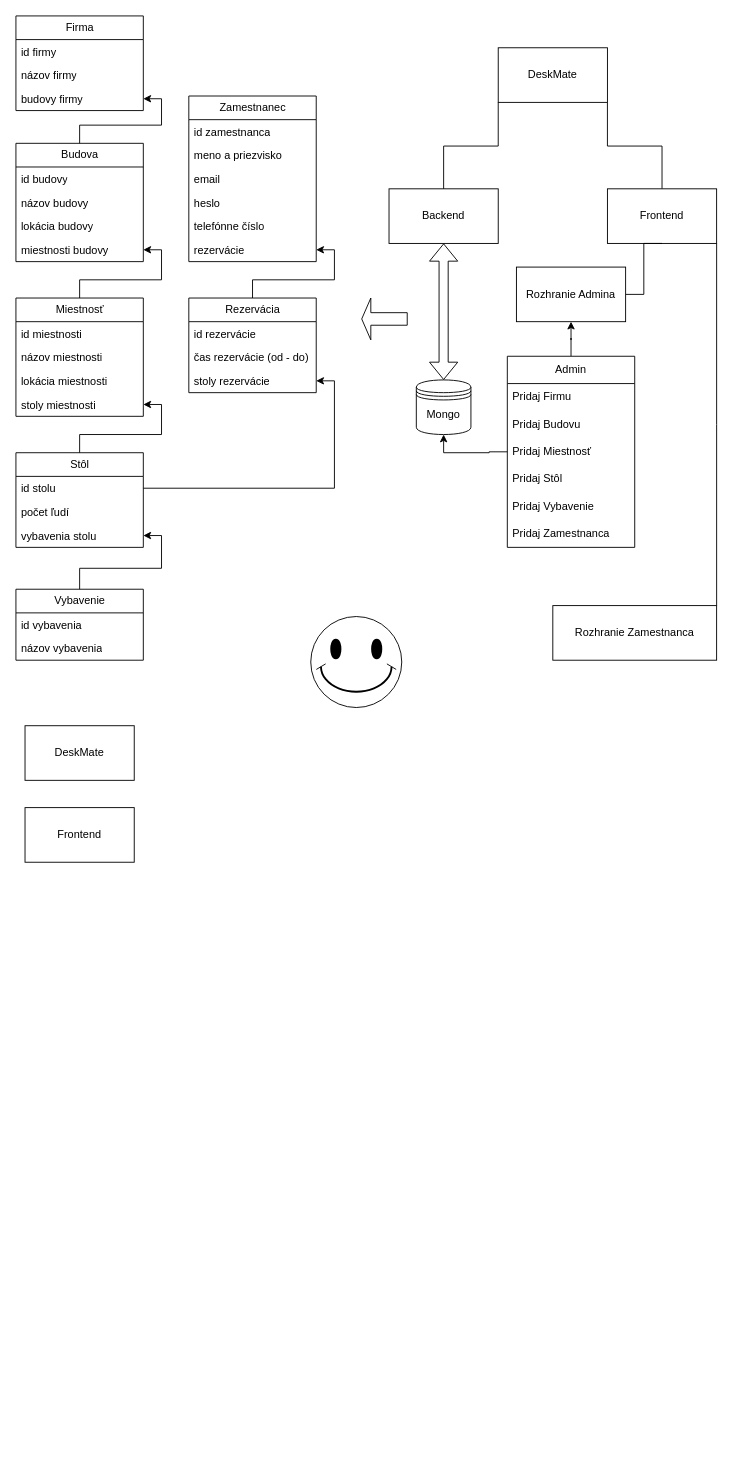
petocjshtml/DeskMate keeps this draw.io diagram as DeskMate.drawio. Above is the earlier version. Source tidied: cells renumbered, new cells numbered last; positions are measured from the earlier drawing's top-left corner, leaving out a move shared by most shapes. Both pictures are drawn from the tidied source at 91%, with x=0, y=0 at pixel (15, 15).
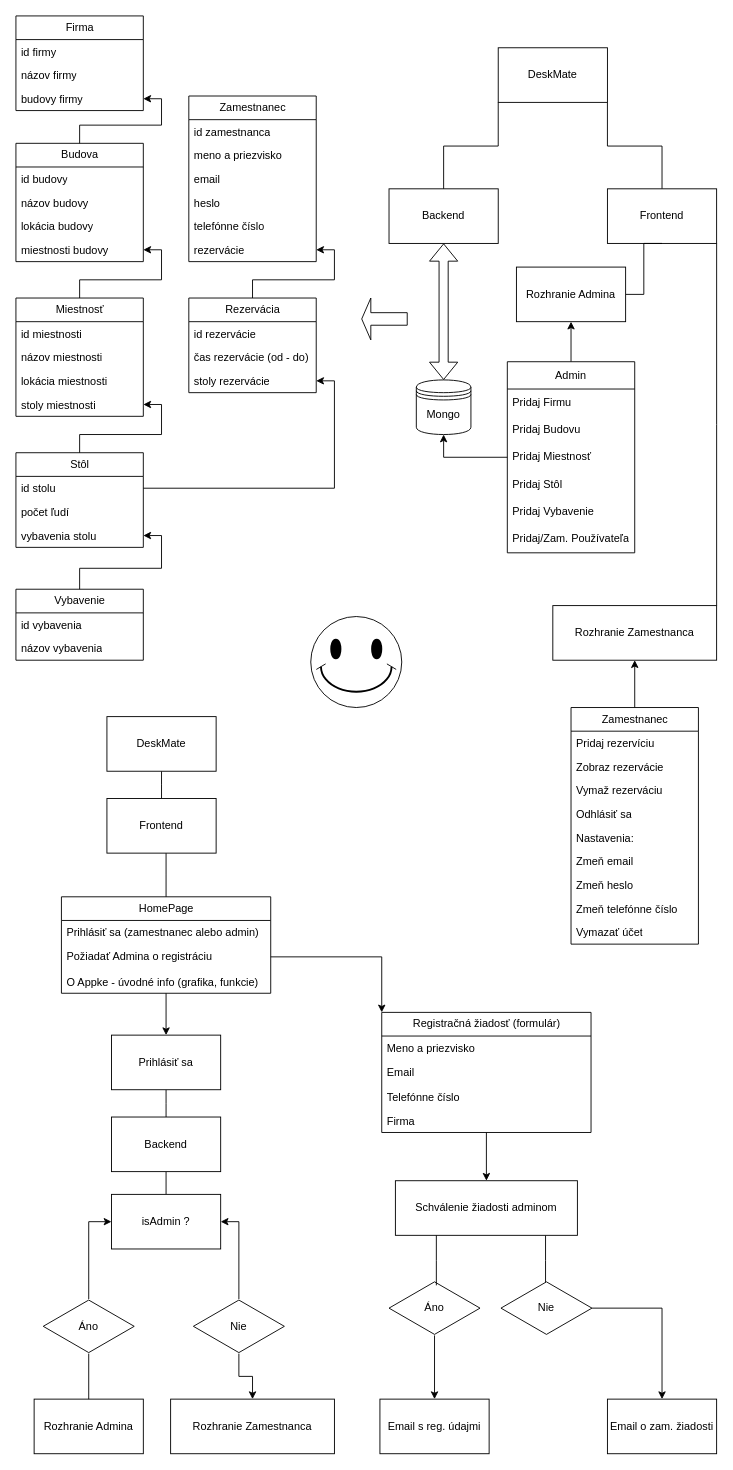
After the change.

Unchanged cells that the change refers to:
```xml
<mxCell id="64" value="Rozhranie Zamestnanca" style="whiteSpace=wrap;html=1;align=center;newEdgeStyle={&quot;edgeStyle&quot;:&quot;elbowEdgeStyle&quot;,&quot;startArrow&quot;:&quot;none&quot;,&quot;endArrow&quot;:&quot;none&quot;};" parent="1" vertex="1">
  <mxGeometry x="590" y="648" width="180" height="60" as="geometry" />
</mxCell>
```

Change to the diagram source:
```diff
@@
     <mxCell id="4" value="Admin" style="swimlane;fontStyle=0;horizontal=1;startSize=30;whiteSpace=wrap;html=1;" parent="1" vertex="1">
-      <mxGeometry x="540" y="374" width="140" height="210" as="geometry" />
+      <mxGeometry x="540" y="380" width="140" height="210" as="geometry" />
     </mxCell>
@@
-    <mxCell id="10" value="Pridaj Zamestnanca" style="text;strokeColor=none;fillColor=none;align=left;verticalAlign=middle;spacingLeft=4;spacingRight=4;overflow=hidden;whiteSpace=wrap;html=1;" parent="4" vertex="1">
-      <mxGeometry y="180" width="140" height="30" as="geometry" />
-    </mxCell>
+    <mxCell id="68" value="Pridaj/Zam. Používateľa" style="text;strokeColor=none;fillColor=none;align=left;verticalAlign=middle;spacingLeft=4;spacingRight=4;overflow=hidden;whiteSpace=wrap;html=1;" parent="4" vertex="1">
+      <mxGeometry y="180" width="140" height="30" as="geometry" />
+    </mxCell>
@@
+    <mxCell id="69" style="edgeStyle=elbowEdgeStyle;rounded=0;jettySize=auto;html=1;startArrow=none;endArrow=none;entryX=0.5;entryY=0;entryDx=0;entryDy=0;" parent="1" edge="1" source="65" target="67">
+      <mxGeometry relative="1" as="geometry" />
+    </mxCell>
     <mxCell id="65" value="DeskMate" style="whiteSpace=wrap;html=1;align=center;newEdgeStyle={&quot;edgeStyle&quot;:&quot;elbowEdgeStyle&quot;,&quot;startArrow&quot;:&quot;none&quot;,&quot;endArrow&quot;:&quot;none&quot;};" parent="1" vertex="1">
-      <mxGeometry x="10" y="780" width="120" height="60" as="geometry" />
+      <mxGeometry x="100" y="770" width="120" height="60" as="geometry" />
     </mxCell>
@@
+    <mxCell id="70" style="edgeStyle=elbowEdgeStyle;rounded=0;jettySize=auto;html=1;startArrow=none;endArrow=none;entryX=0.5;entryY=0;entryDx=0;entryDy=0;" parent="1" edge="1" source="67" target="83">
+      <mxGeometry relative="1" as="geometry" />
+    </mxCell>
     <mxCell id="67" value="Frontend" style="whiteSpace=wrap;html=1;align=center;newEdgeStyle={&quot;edgeStyle&quot;:&quot;elbowEdgeStyle&quot;,&quot;startArrow&quot;:&quot;none&quot;,&quot;endArrow&quot;:&quot;none&quot;};" parent="1" vertex="1">
-      <mxGeometry x="10" y="870" width="120" height="60" as="geometry" />
+      <mxGeometry x="100" y="860" width="120" height="60" as="geometry" />
     </mxCell>
+    <mxCell id="71" style="edgeStyle=orthogonalEdgeStyle;rounded=0;jettySize=auto;html=1;entryX=0.5;entryY=1;entryDx=0;entryDy=0;" parent="1" edge="1" source="72" target="64">
+      <mxGeometry relative="1" as="geometry" />
+    </mxCell>
+    <mxCell id="72" value="Zamestnanec" style="swimlane;fontStyle=0;horizontal=1;startSize=26;fillColor=none;html=1;" parent="1" vertex="1">
+      <mxGeometry x="610" y="760" width="140" height="260" as="geometry" />
+    </mxCell>
+    <mxCell id="73" value="Pridaj rezervíciu" style="text;strokeColor=none;fillColor=none;align=left;verticalAlign=top;spacingLeft=4;spacingRight=4;overflow=hidden;whiteSpace=wrap;html=1;" parent="72" vertex="1">
+      <mxGeometry y="26" width="140" height="26" as="geometry" />
+    </mxCell>
+    <mxCell id="74" value="Zobraz rezervácie" style="text;strokeColor=none;fillColor=none;align=left;verticalAlign=top;spacingLeft=4;spacingRight=4;overflow=hidden;whiteSpace=wrap;html=1;" parent="72" vertex="1">
+      <mxGeometry y="52" width="140" height="26" as="geometry" />
+    </mxCell>
+    <mxCell id="75" value="Vymaž rezerváciu" style="text;strokeColor=none;fillColor=none;align=left;verticalAlign=top;spacingLeft=4;spacingRight=4;overflow=hidden;whiteSpace=wrap;html=1;" parent="72" vertex="1">
+      <mxGeometry y="78" width="140" height="26" as="geometry" />
+    </mxCell>
+    <mxCell id="76" value="Odhlásiť sa" style="text;strokeColor=none;fillColor=none;align=left;verticalAlign=top;spacingLeft=4;spacingRight=4;overflow=hidden;whiteSpace=wrap;html=1;" parent="72" vertex="1">
+      <mxGeometry y="104" width="140" height="26" as="geometry" />
+    </mxCell>
+    <mxCell id="77" value="Nastavenia:" style="text;strokeColor=none;fillColor=none;align=left;verticalAlign=top;spacingLeft=4;spacingRight=4;overflow=hidden;whiteSpace=wrap;html=1;" parent="72" vertex="1">
+      <mxGeometry y="130" width="140" height="26" as="geometry" />
+    </mxCell>
+    <mxCell id="78" value="Zmeň email" style="text;strokeColor=none;fillColor=none;align=left;verticalAlign=top;spacingLeft=4;spacingRight=4;overflow=hidden;whiteSpace=wrap;html=1;" parent="72" vertex="1">
+      <mxGeometry y="156" width="140" height="26" as="geometry" />
+    </mxCell>
+    <mxCell id="79" value="Zmeň heslo" style="text;strokeColor=none;fillColor=none;align=left;verticalAlign=top;spacingLeft=4;spacingRight=4;overflow=hidden;whiteSpace=wrap;html=1;" parent="72" vertex="1">
+      <mxGeometry y="182" width="140" height="26" as="geometry" />
+    </mxCell>
+    <mxCell id="80" value="Zmeň telefónne číslo" style="text;strokeColor=none;fillColor=none;align=left;verticalAlign=top;spacingLeft=4;spacingRight=4;overflow=hidden;whiteSpace=wrap;html=1;" parent="72" vertex="1">
+      <mxGeometry y="208" width="140" height="26" as="geometry" />
+    </mxCell>
+    <mxCell id="81" value="Vymazať účet" style="text;strokeColor=none;fillColor=none;align=left;verticalAlign=top;spacingLeft=4;spacingRight=4;overflow=hidden;whiteSpace=wrap;html=1;" parent="72" vertex="1">
+      <mxGeometry y="234" width="140" height="26" as="geometry" />
+    </mxCell>
+    <mxCell id="82" style="edgeStyle=orthogonalEdgeStyle;rounded=0;jettySize=auto;html=1;entryX=0.5;entryY=0;entryDx=0;entryDy=0;" parent="1" edge="1" source="83" target="108">
+      <mxGeometry relative="1" as="geometry" />
+    </mxCell>
+    <mxCell id="83" value="HomePage" style="swimlane;fontStyle=0;horizontal=1;startSize=26;fillColor=none;html=1;" parent="1" vertex="1">
+      <mxGeometry x="50" y="968" width="230" height="106" as="geometry" />
+    </mxCell>
+    <mxCell id="84" value="Prihlásiť sa (zamestnanec alebo admin)&amp;nbsp;" style="text;strokeColor=none;fillColor=none;align=left;verticalAlign=top;spacingLeft=4;spacingRight=4;overflow=hidden;whiteSpace=wrap;html=1;" parent="83" vertex="1">
+      <mxGeometry y="26" width="230" height="26" as="geometry" />
+    </mxCell>
+    <mxCell id="85" value="Požiadať Admina o registráciu" style="text;strokeColor=none;fillColor=none;align=left;verticalAlign=top;spacingLeft=4;spacingRight=4;overflow=hidden;points=[[0,0.5],[1,0.5]];portConstraint=eastwest;whiteSpace=wrap;html=1;" parent="83" vertex="1">
+      <mxGeometry y="52" width="230" height="28" as="geometry" />
+    </mxCell>
+    <mxCell id="86" value="O Appke - úvodné info (grafika, funkcie)" style="text;strokeColor=none;fillColor=none;align=left;verticalAlign=top;spacingLeft=4;spacingRight=4;overflow=hidden;whiteSpace=wrap;html=1;" parent="83" vertex="1">
+      <mxGeometry y="80" width="230" height="26" as="geometry" />
+    </mxCell>
+    <mxCell id="87" style="edgeStyle=orthogonalEdgeStyle;rounded=0;jettySize=auto;html=1;entryX=0.5;entryY=0;entryDx=0;entryDy=0;" parent="1" edge="1" source="88" target="95">
+      <mxGeometry relative="1" as="geometry" />
+    </mxCell>
+    <mxCell id="88" value="Registračná žiadosť (formulár)" style="swimlane;fontStyle=0;horizontal=1;startSize=26;fillColor=none;html=1;" parent="1" vertex="1">
+      <mxGeometry x="402" y="1095" width="230" height="132" as="geometry" />
+    </mxCell>
+    <mxCell id="89" value="Meno a priezvisko" style="text;strokeColor=none;fillColor=none;align=left;verticalAlign=top;spacingLeft=4;spacingRight=4;overflow=hidden;whiteSpace=wrap;html=1;" parent="88" vertex="1">
+      <mxGeometry y="26" width="230" height="26" as="geometry" />
+    </mxCell>
+    <mxCell id="90" value="Email" style="text;strokeColor=none;fillColor=none;align=left;verticalAlign=top;spacingLeft=4;spacingRight=4;overflow=hidden;whiteSpace=wrap;html=1;" parent="88" vertex="1">
+      <mxGeometry y="52" width="230" height="28" as="geometry" />
+    </mxCell>
+    <mxCell id="91" value="Telefónne číslo" style="text;strokeColor=none;fillColor=none;align=left;verticalAlign=top;spacingLeft=4;spacingRight=4;overflow=hidden;whiteSpace=wrap;html=1;" parent="88" vertex="1">
+      <mxGeometry y="80" width="230" height="26" as="geometry" />
+    </mxCell>
+    <mxCell id="92" value="Firma" style="text;strokeColor=none;fillColor=none;align=left;verticalAlign=top;spacingLeft=4;spacingRight=4;overflow=hidden;whiteSpace=wrap;html=1;" parent="88" vertex="1">
+      <mxGeometry y="106" width="230" height="26" as="geometry" />
+    </mxCell>
+    <mxCell id="93" style="edgeStyle=orthogonalEdgeStyle;rounded=0;jettySize=auto;html=1;entryX=0;entryY=0;entryDx=0;entryDy=0;" parent="1" edge="1" source="85" target="88">
+      <mxGeometry relative="1" as="geometry" />
+    </mxCell>
+    <mxCell id="94" style="edgeStyle=elbowEdgeStyle;rounded=0;jettySize=auto;html=1;startArrow=none;endArrow=none;" parent="1" edge="1" source="95">
+      <mxGeometry relative="1" as="geometry">
+        <mxPoint x="582" y="1395" as="targetPoint" />
+      </mxGeometry>
+    </mxCell>
+    <mxCell id="95" value="Schválenie žiadosti adminom" style="whiteSpace=wrap;html=1;align=center;newEdgeStyle={&quot;edgeStyle&quot;:&quot;elbowEdgeStyle&quot;,&quot;startArrow&quot;:&quot;none&quot;,&quot;endArrow&quot;:&quot;none&quot;};" parent="1" vertex="1">
+      <mxGeometry x="417" y="1280" width="200" height="60" as="geometry" />
+    </mxCell>
+    <mxCell id="96" style="group;" parent="1" vertex="1">
+      <mxGeometry x="410" y="1390" width="100" height="60" as="geometry" />
+    </mxCell>
+    <mxCell id="97" style="html=1;whiteSpace=wrap;shape=isoRectangle;" parent="96" vertex="1">
+      <mxGeometry width="100" height="60" as="geometry" />
+    </mxCell>
+    <mxCell id="98" value="Áno" style="text;html=1;align=center;verticalAlign=middle;whiteSpace=wrap;rounded=0;" parent="96" vertex="1">
+      <mxGeometry x="20" y="15" width="60" height="30" as="geometry" />
+    </mxCell>
+    <mxCell id="99" style="group;" parent="1" vertex="1">
+      <mxGeometry x="533" y="1390" width="100" height="60" as="geometry" />
+    </mxCell>
+    <mxCell id="100" style="html=1;whiteSpace=wrap;shape=isoRectangle;" parent="99" vertex="1">
+      <mxGeometry width="100" height="60" as="geometry" />
+    </mxCell>
+    <mxCell id="101" value="Nie" style="text;html=1;align=center;verticalAlign=middle;whiteSpace=wrap;rounded=0;" parent="99" vertex="1">
+      <mxGeometry x="20" y="15" width="60" height="30" as="geometry" />
+    </mxCell>
+    <mxCell id="102" style="edgeStyle=elbowEdgeStyle;rounded=0;jettySize=auto;html=1;startArrow=none;endArrow=none;entryX=0.52;entryY=0.083;entryDx=0;entryDy=0;entryPerimeter=0;" parent="1" edge="1" source="95" target="97">
+      <mxGeometry relative="1" as="geometry" />
+    </mxCell>
+    <mxCell id="103" value="Email s reg. údajmi" style="whiteSpace=wrap;html=1;align=center;newEdgeStyle={&quot;edgeStyle&quot;:&quot;elbowEdgeStyle&quot;,&quot;startArrow&quot;:&quot;none&quot;,&quot;endArrow&quot;:&quot;none&quot;};" parent="1" vertex="1">
+      <mxGeometry x="400" y="1520" width="120" height="60" as="geometry" />
+    </mxCell>
+    <mxCell id="104" style="edgeStyle=orthogonalEdgeStyle;rounded=0;jettySize=auto;html=1;entryX=0.5;entryY=0;entryDx=0;entryDy=0;" parent="1" edge="1" source="97" target="103">
+      <mxGeometry relative="1" as="geometry" />
+    </mxCell>
+    <mxCell id="105" value="Email o zam. žiadosti" style="whiteSpace=wrap;html=1;align=center;newEdgeStyle={&quot;edgeStyle&quot;:&quot;elbowEdgeStyle&quot;,&quot;startArrow&quot;:&quot;none&quot;,&quot;endArrow&quot;:&quot;none&quot;};" parent="1" vertex="1">
+      <mxGeometry x="650" y="1520" width="120" height="60" as="geometry" />
+    </mxCell>
+    <mxCell id="106" style="edgeStyle=orthogonalEdgeStyle;rounded=0;jettySize=auto;html=1;entryX=0.5;entryY=0;entryDx=0;entryDy=0;" parent="1" edge="1" source="100" target="105">
+      <mxGeometry relative="1" as="geometry" />
+    </mxCell>
+    <mxCell id="107" style="edgeStyle=elbowEdgeStyle;rounded=0;jettySize=auto;html=1;startArrow=none;endArrow=none;entryX=0.5;entryY=0;entryDx=0;entryDy=0;" parent="1" edge="1" source="108" target="110">
+      <mxGeometry relative="1" as="geometry" />
+    </mxCell>
+    <mxCell id="108" value="Prihlásiť sa" style="whiteSpace=wrap;html=1;align=center;newEdgeStyle={&quot;edgeStyle&quot;:&quot;elbowEdgeStyle&quot;,&quot;startArrow&quot;:&quot;none&quot;,&quot;endArrow&quot;:&quot;none&quot;};" parent="1" vertex="1">
+      <mxGeometry x="105" y="1120" width="120" height="60" as="geometry" />
+    </mxCell>
+    <mxCell id="109" style="edgeStyle=elbowEdgeStyle;rounded=0;jettySize=auto;html=1;startArrow=none;endArrow=none;entryX=0.5;entryY=0;entryDx=0;entryDy=0;" parent="1" edge="1" source="110" target="111">
+      <mxGeometry relative="1" as="geometry" />
+    </mxCell>
+    <mxCell id="110" value="Backend" style="whiteSpace=wrap;html=1;align=center;newEdgeStyle={&quot;edgeStyle&quot;:&quot;elbowEdgeStyle&quot;,&quot;startArrow&quot;:&quot;none&quot;,&quot;endArrow&quot;:&quot;none&quot;};" parent="1" vertex="1">
+      <mxGeometry x="105" y="1210" width="120" height="60" as="geometry" />
+    </mxCell>
+    <mxCell id="111" value="isAdmin ?" style="whiteSpace=wrap;html=1;align=center;newEdgeStyle={&quot;edgeStyle&quot;:&quot;elbowEdgeStyle&quot;,&quot;startArrow&quot;:&quot;none&quot;,&quot;endArrow&quot;:&quot;none&quot;};" parent="1" vertex="1">
+      <mxGeometry x="105" y="1295" width="120" height="60" as="geometry" />
+    </mxCell>
+    <mxCell id="112" style="group;" parent="1" vertex="1">
+      <mxGeometry x="30" y="1410" width="100" height="60" as="geometry" />
+    </mxCell>
+    <mxCell id="113" style="html=1;whiteSpace=wrap;shape=isoRectangle;" parent="112" vertex="1">
+      <mxGeometry width="100" height="60" as="geometry" />
+    </mxCell>
+    <mxCell id="114" value="Áno" style="text;html=1;align=center;verticalAlign=middle;whiteSpace=wrap;rounded=0;" parent="112" vertex="1">
+      <mxGeometry x="20" y="15" width="60" height="30" as="geometry" />
+    </mxCell>
+    <mxCell id="115" style="group;" parent="1" vertex="1">
+      <mxGeometry x="195" y="1410" width="100" height="60" as="geometry" />
+    </mxCell>
+    <mxCell id="116" style="html=1;whiteSpace=wrap;shape=isoRectangle;" parent="115" vertex="1">
+      <mxGeometry width="100" height="60" as="geometry" />
+    </mxCell>
+    <mxCell id="117" value="Nie" style="text;html=1;align=center;verticalAlign=middle;whiteSpace=wrap;rounded=0;" parent="115" vertex="1">
+      <mxGeometry x="20" y="15" width="60" height="30" as="geometry" />
+    </mxCell>
+    <mxCell id="118" style="edgeStyle=orthogonalEdgeStyle;rounded=0;jettySize=auto;html=1;entryX=0;entryY=0.5;entryDx=0;entryDy=0;" parent="1" edge="1" source="113" target="111">
+      <mxGeometry relative="1" as="geometry" />
+    </mxCell>
+    <mxCell id="119" value="Rozhranie Admina" style="whiteSpace=wrap;html=1;align=center;newEdgeStyle={&quot;edgeStyle&quot;:&quot;elbowEdgeStyle&quot;,&quot;startArrow&quot;:&quot;none&quot;,&quot;endArrow&quot;:&quot;none&quot;};" parent="1" vertex="1">
+      <mxGeometry x="20" y="1520" width="120" height="60" as="geometry" />
+    </mxCell>
+    <mxCell id="120" style="edgeStyle=elbowEdgeStyle;rounded=0;jettySize=auto;html=1;startArrow=none;endArrow=none;entryX=0.504;entryY=1;entryDx=0;entryDy=0;entryPerimeter=0;" parent="1" edge="1" source="119" target="113">
+      <mxGeometry relative="1" as="geometry" />
+    </mxCell>
+    <mxCell id="121" value="Rozhranie Zamestnanca" style="whiteSpace=wrap;html=1;align=center;newEdgeStyle={&quot;edgeStyle&quot;:&quot;elbowEdgeStyle&quot;,&quot;startArrow&quot;:&quot;none&quot;,&quot;endArrow&quot;:&quot;none&quot;};" parent="1" vertex="1">
+      <mxGeometry x="170" y="1520" width="180" height="60" as="geometry" />
+    </mxCell>
+    <mxCell id="122" style="edgeStyle=orthogonalEdgeStyle;rounded=0;jettySize=auto;html=1;entryX=1;entryY=0.5;entryDx=0;entryDy=0;" parent="1" edge="1" source="116" target="111">
+      <mxGeometry relative="1" as="geometry" />
+    </mxCell>
+    <mxCell id="123" style="edgeStyle=orthogonalEdgeStyle;rounded=0;jettySize=auto;html=1;entryX=0.5;entryY=0;entryDx=0;entryDy=0;" parent="1" edge="1" source="116" target="121">
+      <mxGeometry relative="1" as="geometry" />
+    </mxCell>
```
